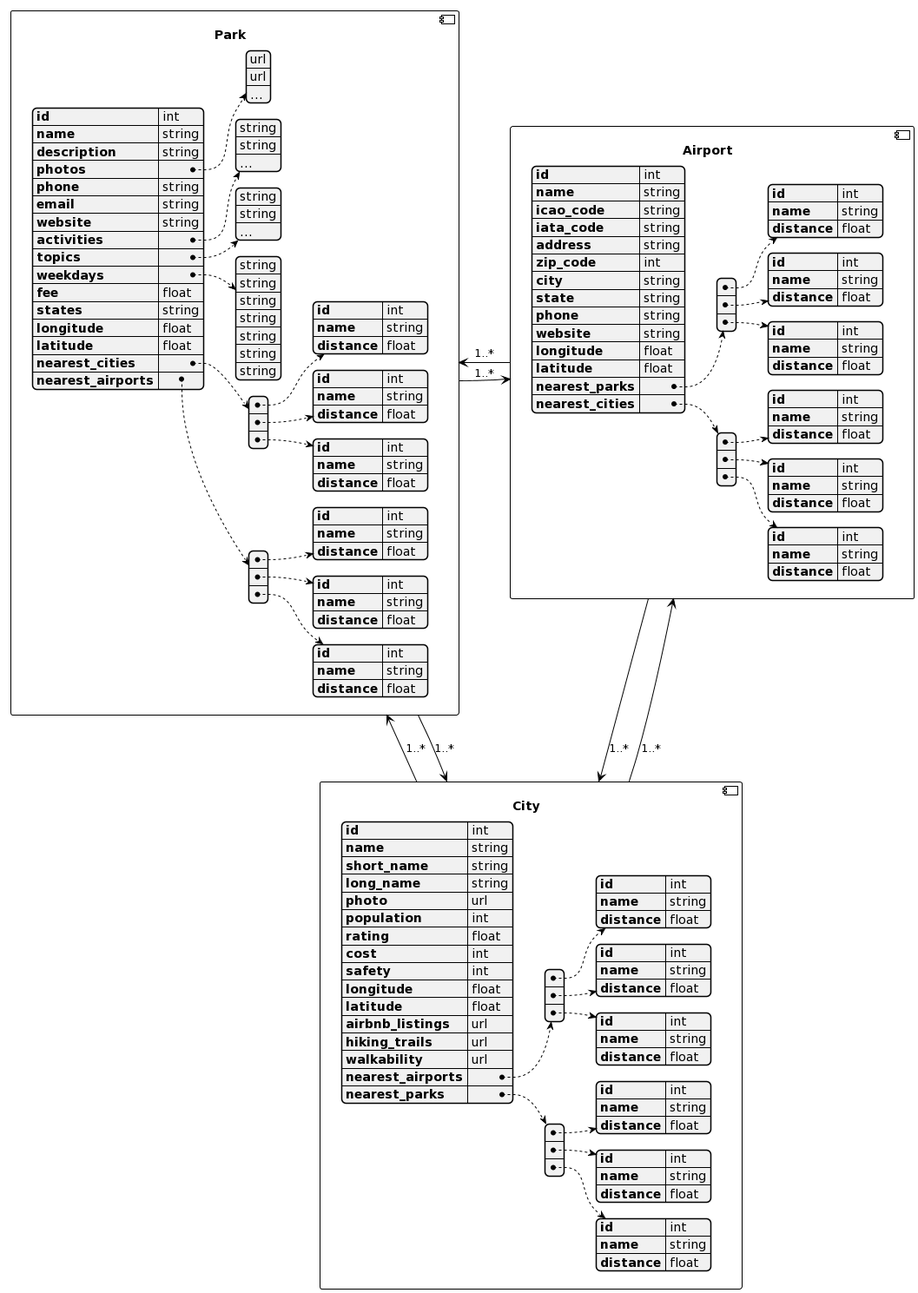
Above: ParkScape-UML.png in audreyyc/parkscape (PlantUML), before the change.
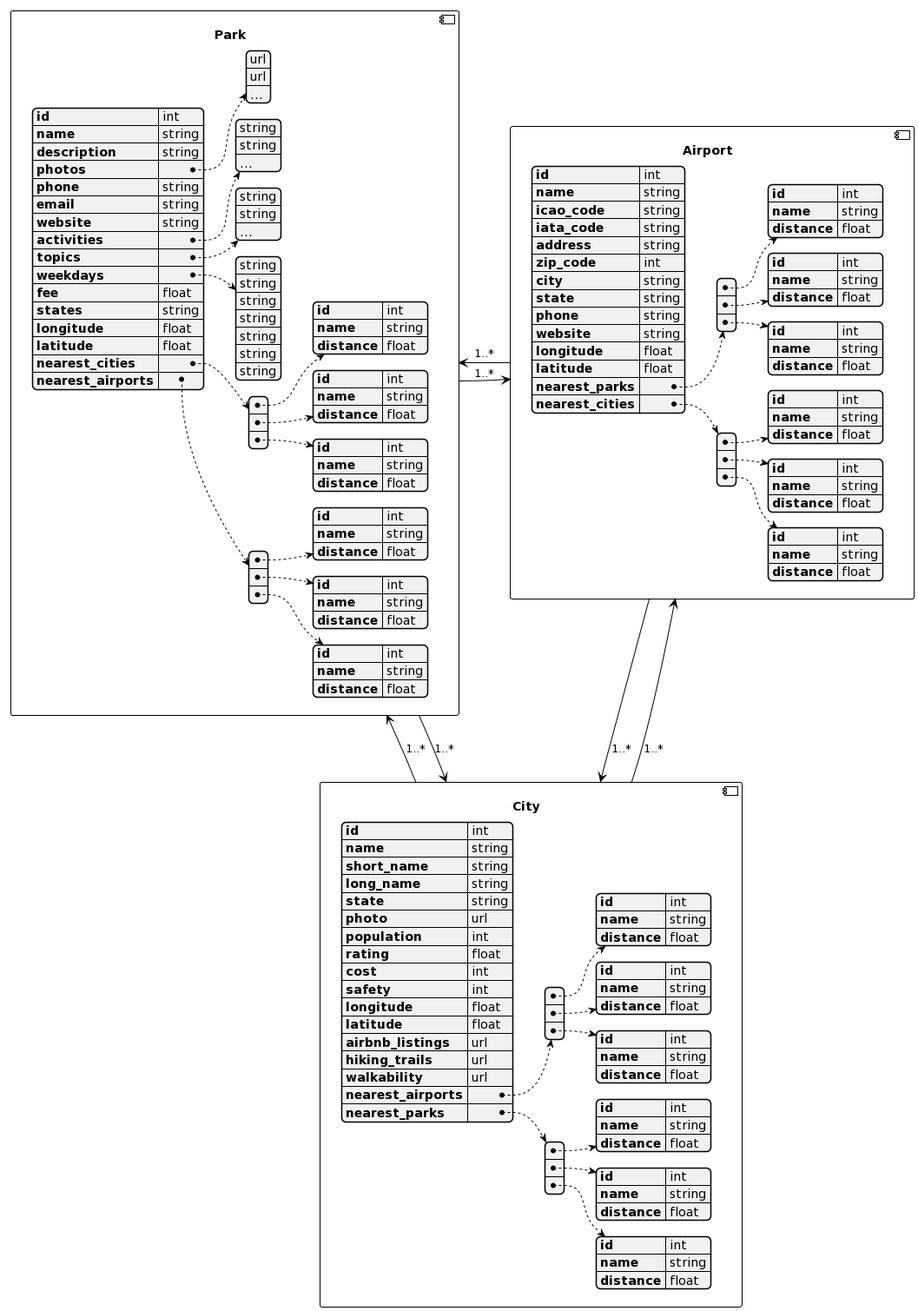
After the change.

What changed in the source:
```diff
@@ -55,6 +55,7 @@
 "name": "string",
 "short_name": "string",
 "long_name": "string",
+"state": "string",
 "photo": "url",
 "population":"int",
 "rating":"float",
```
